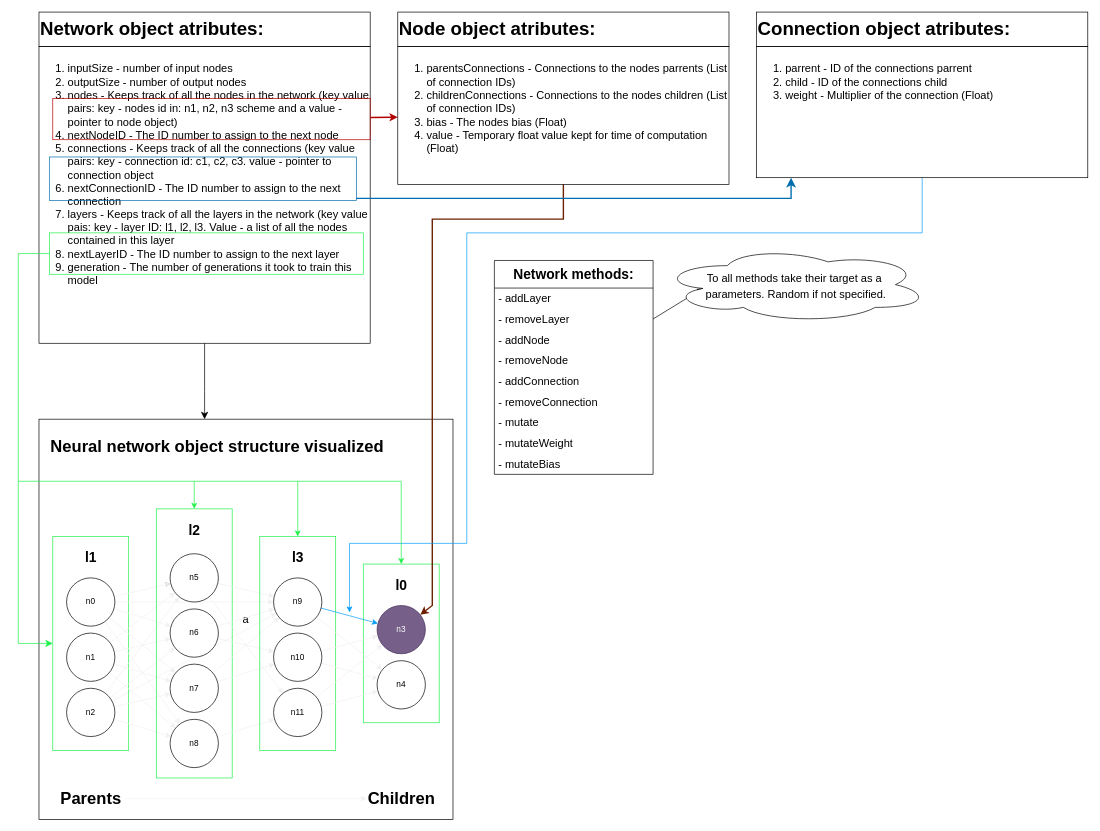
The draw.io diagram page "Seccond plan (attempt 4)" (2 of 3) of disign.drawio in ErmitaVulpe/ai-plays-snake, before the edit. Source tidied: cells renumbered, new cells numbered last; positions are measured from the earlier drawing's top-left corner, leaving out a move shared by most shapes. Both pictures are drawn from the tidied source at 69%, with x=0, y=0 at pixel (18, 12).
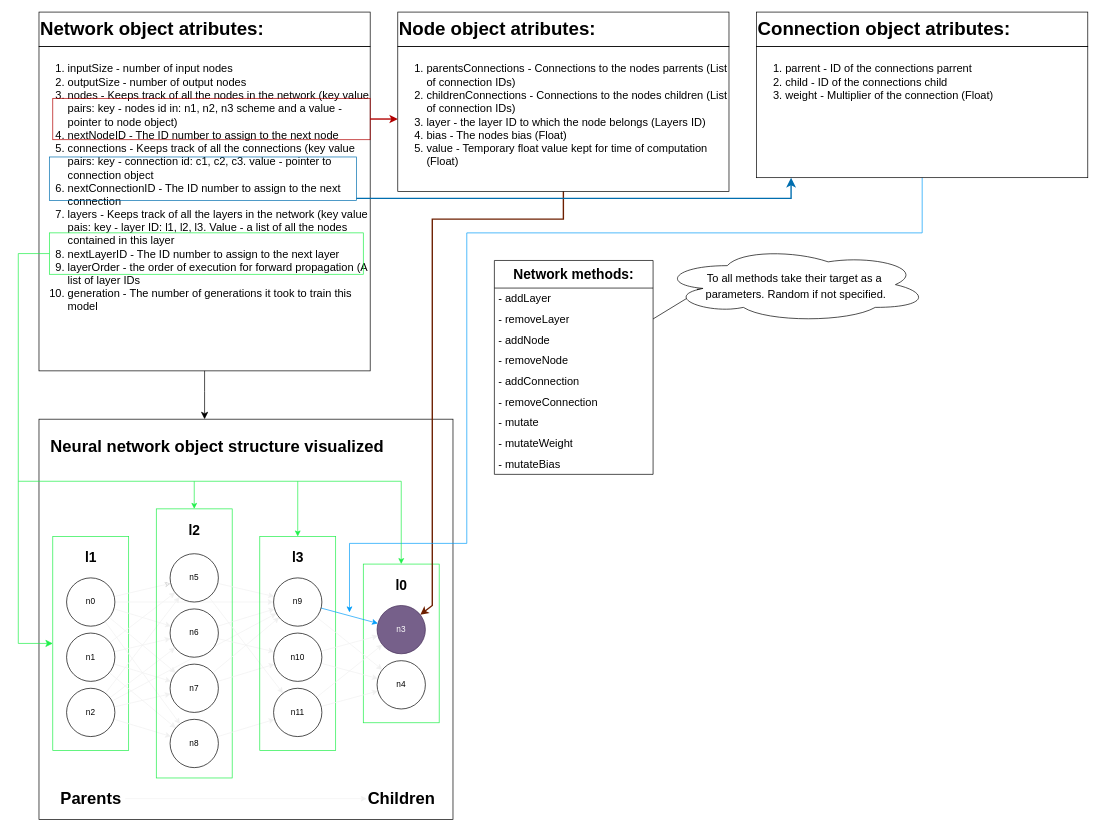
The same page after the edit.

Commit message (it also covers changes not shown here):
i hate how much time i spent on debugging addConnection

Diff of the diagram source:
```diff
@@
-    <mxCell id="3" value="a" style="whiteSpace=wrap;html=1;fontSize=16;fillColor=none;" parent="1" vertex="1">
+    <mxCell id="3" style="whiteSpace=wrap;html=1;fontSize=16;fillColor=none;" parent="1" vertex="1">
       <mxGeometry x="30" y="590" width="600" height="580" as="geometry" />
     </mxCell>
@@
-    <mxCell id="7" value="&lt;ol style=&quot;font-size: 16px;&quot;&gt;&lt;li style=&quot;font-size: 16px;&quot;&gt;inputSize - number of input nodes&lt;/li&gt;&lt;li style=&quot;font-size: 16px;&quot;&gt;outputSize - number of output nodes&lt;/li&gt;&lt;li style=&quot;font-size: 16px;&quot;&gt;nodes - Keeps track of all the nodes in the network (key value pairs: key - nodes id in: n1, n2, n3 scheme and a value - pointer to node object)&lt;/li&gt;&lt;li style=&quot;font-size: 16px;&quot;&gt;nextNodeID - The ID number to assign to the next node&lt;/li&gt;&lt;li style=&quot;font-size: 16px;&quot;&gt;connections - Keeps track of all the connections (key value pairs: key - connection id: c1, c2, c3. value - pointer to connection object&lt;br style=&quot;font-size: 16px;&quot;&gt;&lt;/li&gt;&lt;li&gt;nextConnectionID - The ID number to assign to the next connection&lt;/li&gt;&lt;li style=&quot;font-size: 16px;&quot;&gt;layers - Keeps track of all the layers in the network (key value pais: key - layer ID: l1, l2, l3. Value - a list of all the nodes contained in this layer&lt;/li&gt;&lt;li&gt;nextLayerID - The ID number to assign to the next layer&lt;/li&gt;&lt;li&gt;generation - The number of generations it took to train this model&lt;/li&gt;&lt;/ol&gt;" style="text;strokeColor=default;fillColor=none;html=1;whiteSpace=wrap;verticalAlign=top;overflow=hidden;fontSize=16;" parent="1" vertex="1">
-      <mxGeometry x="30" y="50" width="480" height="430" as="geometry" />
+    <mxCell id="7" value="&lt;ol style=&quot;font-size: 16px;&quot;&gt;&lt;li style=&quot;font-size: 16px;&quot;&gt;inputSize - number of input nodes&lt;/li&gt;&lt;li style=&quot;font-size: 16px;&quot;&gt;outputSize - number of output nodes&lt;/li&gt;&lt;li style=&quot;font-size: 16px;&quot;&gt;nodes - Keeps track of all the nodes in the network (key value pairs: key - nodes id in: n1, n2, n3 scheme and a value - pointer to node object)&lt;/li&gt;&lt;li style=&quot;font-size: 16px;&quot;&gt;nextNodeID - The ID number to assign to the next node&lt;/li&gt;&lt;li style=&quot;font-size: 16px;&quot;&gt;connections - Keeps track of all the connections (key value pairs: key - connection id: c1, c2, c3. value - pointer to connection object&lt;br style=&quot;font-size: 16px;&quot;&gt;&lt;/li&gt;&lt;li&gt;nextConnectionID - The ID number to assign to the next connection&lt;/li&gt;&lt;li style=&quot;font-size: 16px;&quot;&gt;layers - Keeps track of all the layers in the network (key value pais: key - layer ID: l1, l2, l3. Value - a list of all the nodes contained in this layer&lt;/li&gt;&lt;li&gt;nextLayerID - The ID number to assign to the next layer&lt;/li&gt;&lt;li&gt;layerOrder - the order of execution for forward propagation (A list of layer IDs&lt;/li&gt;&lt;li&gt;generation - The number of generations it took to train this model&lt;/li&gt;&lt;/ol&gt;" style="text;strokeColor=default;fillColor=none;html=1;whiteSpace=wrap;verticalAlign=top;overflow=hidden;fontSize=16;" parent="1" vertex="1">
+      <mxGeometry x="30" y="50" width="480" height="470" as="geometry" />
     </mxCell>
@@
-    <mxCell id="10" value="&lt;ol style=&quot;font-size: 16px;&quot;&gt;&lt;li style=&quot;font-size: 16px;&quot;&gt;parentsConnections - Connections to the nodes parrents (List of connection IDs)&lt;/li&gt;&lt;li&gt;childrenConnections - Connections to the nodes children (List of connection IDs)&lt;/li&gt;&lt;li&gt;bias - The nodes bias (Float)&lt;/li&gt;&lt;li&gt;value - Temporary float value kept for time of computation (Float)&lt;/li&gt;&lt;/ol&gt;" style="text;strokeColor=default;fillColor=none;html=1;whiteSpace=wrap;verticalAlign=top;overflow=hidden;fontSize=16;" parent="1" vertex="1">
-      <mxGeometry x="550" y="50" width="480" height="200" as="geometry" />
+    <mxCell id="10" value="&lt;ol style=&quot;font-size: 16px;&quot;&gt;&lt;li style=&quot;font-size: 16px;&quot;&gt;parentsConnections - Connections to the nodes parrents (List of connection IDs)&lt;/li&gt;&lt;li&gt;childrenConnections - Connections to the nodes children (List of connection IDs)&lt;/li&gt;&lt;li&gt;layer - the layer ID to which the node belongs (Layers ID)&lt;/li&gt;&lt;li&gt;bias - The nodes bias (Float)&lt;/li&gt;&lt;li&gt;value - Temporary float value kept for time of computation (Float)&lt;/li&gt;&lt;/ol&gt;" style="text;strokeColor=default;fillColor=none;html=1;whiteSpace=wrap;verticalAlign=top;overflow=hidden;fontSize=16;" parent="1" vertex="1">
+      <mxGeometry x="550" y="50" width="480" height="210" as="geometry" />
     </mxCell>
```
